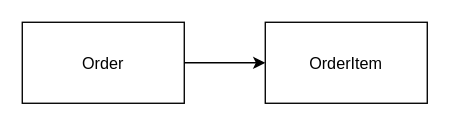
Before: docs/microservices/order-service/erd.drawio in Defi-Oracle-Tooling/SolaceNet_Monorepo, a draw.io diagram. Source tidied: cells renumbered, new cells numbered last; positions are measured from the earlier drawing's top-left corner, leaving out a move shared by most shapes. Both pictures are drawn from the tidied source at 135%, with x=0, y=0 at pixel (22, 22).
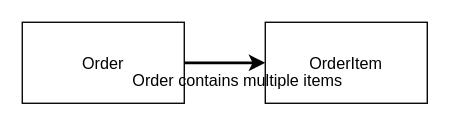
The same diagram, later.

The edit, as a diff of the source:
```diff
@@
 <mxGraphModel>
   <root>
     <mxCell id="0" />
     <mxCell id="1" parent="0" />
     <mxCell id="2" value="Order" style="shape=rectangle;" parent="1" vertex="1">
       <mxGeometry width="120" height="60" as="geometry" />
     </mxCell>
     <mxCell id="3" value="OrderItem" style="shape=rectangle;" parent="1" vertex="1">
       <mxGeometry x="180" width="120" height="60" as="geometry" />
     </mxCell>
-    <mxCell id="4" parent="1" edge="1" source="2" target="3">
+    <mxCell id="4" style="edgeStyle=orthogonalEdgeStyle;rounded=1;strokeColor=#000000;strokeWidth=2;" parent="1" edge="1" source="2" target="3">
       <mxGeometry relative="1" as="geometry" />
     </mxCell>
+    <mxCell id="5" value="Order contains multiple items" style="text;strokeColor=none;fillColor=none;fontSize=12;" parent="1" vertex="1">
+      <mxGeometry x="80" y="30" width="200" height="20" as="geometry" />
+    </mxCell>
   </root>
 </mxGraphModel>
```
